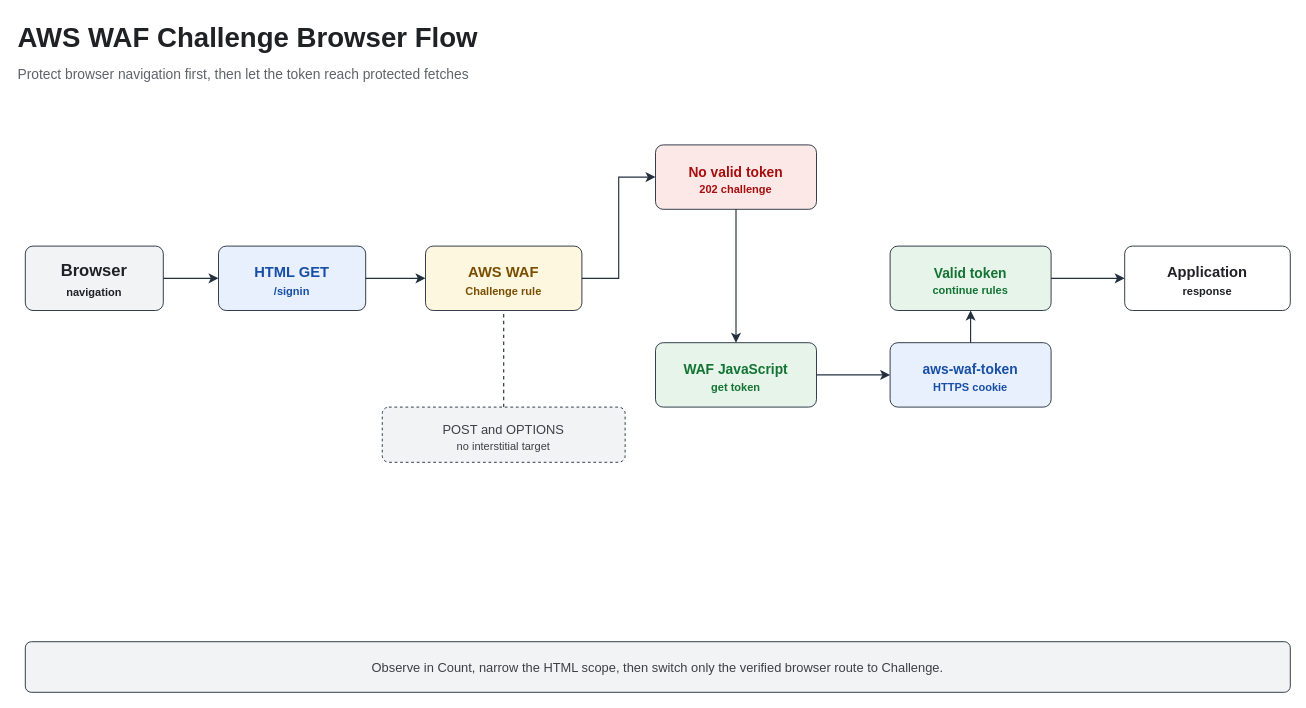
Before: assets/img/aws/aws-waf-challenge-token-flow.drawio in KKamJi98/kkamji98.github.io, a draw.io diagram. Source tidied: cells renumbered, new cells numbered last; positions are measured from the earlier drawing's top-left corner, leaving out a move shared by most shapes. Both pictures are drawn from the tidied source at 92%, with x=0, y=0 at pixel (16, 16).
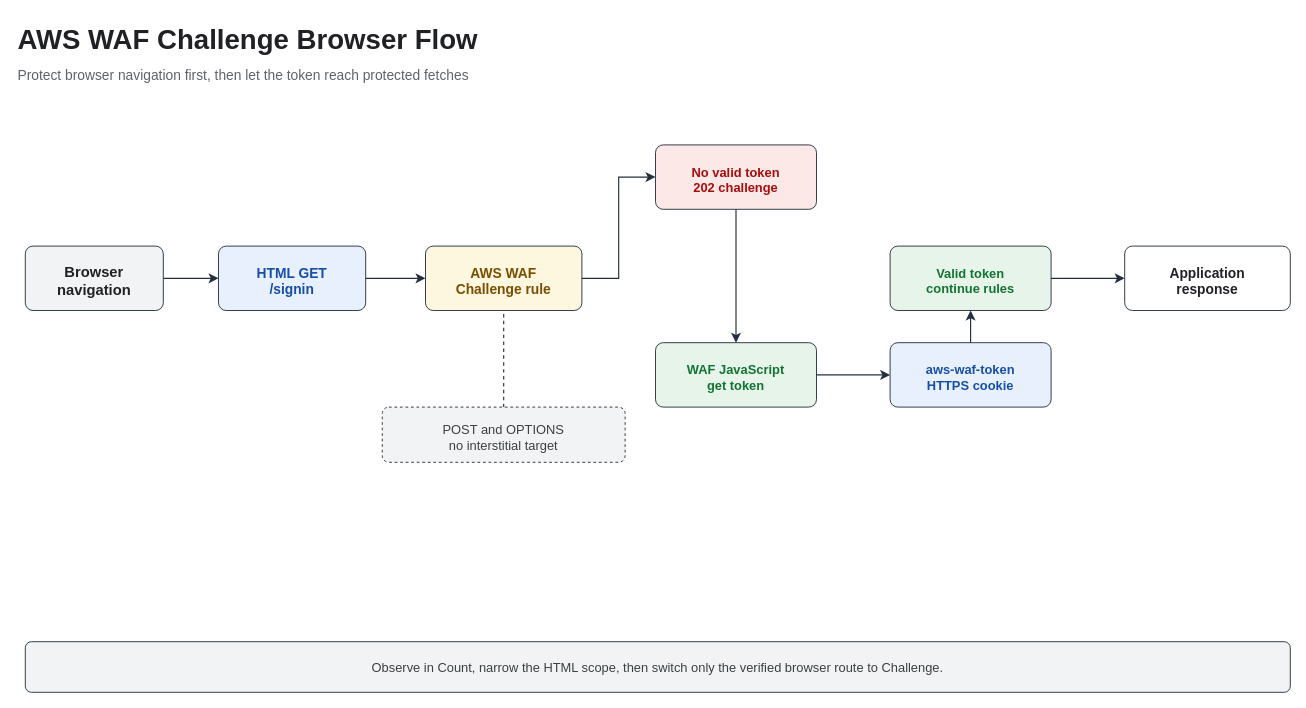
The same diagram, later.

Commit message (it also covers changes not shown here):
fix: render Draw.io labels without HTML leakage

What changed in the source:
```diff
@@
-    <mxCell id="2" value="&lt;font style=&quot;color: rgb(32, 33, 36);&quot;&gt;AWS WAF Challenge Browser Flow&lt;/font&gt;" style="text;html=1;align=left;verticalAlign=middle;fontSize=30;fontStyle=1;fontColor=#202124;" parent="1" vertex="1">
+    <mxCell id="2" value="AWS WAF Challenge Browser Flow" style="text;html=0;align=left;verticalAlign=middle;fontSize=30;fontStyle=1;fontColor=#202124;" parent="1" vertex="1">
       <mxGeometry width="790" height="45" as="geometry" />
     </mxCell>
-    <mxCell id="3" value="&lt;font style=&quot;color: rgb(95, 99, 104);&quot;&gt;Protect browser navigation first, then let the token reach protected fetches&lt;/font&gt;" style="text;html=1;align=left;verticalAlign=middle;fontSize=15;fontColor=#5f6368;" parent="1" vertex="1">
+    <mxCell id="3" value="Protect browser navigation first, then let the token reach protected fetches" style="text;html=0;align=left;verticalAlign=middle;fontSize=15;fontColor=#5f6368;" parent="1" vertex="1">
       <mxGeometry y="48" width="850" height="30" as="geometry" />
     </mxCell>
-    <mxCell id="4" value="&lt;font style=&quot;color: rgb(32, 33, 36);&quot;&gt;Browser&lt;br&gt;&lt;font style=&quot;font-size: 12px;&quot;&gt;navigation&lt;/font&gt;&lt;/font&gt;" style="rounded=1;whiteSpace=wrap;html=1;fillColor=#f1f3f4;strokeColor=#232F3E;fontColor=#202124;fontSize=18;fontStyle=1;arcSize=12;spacingTop=5;" parent="1" vertex="1">
+    <mxCell id="4" value="Browser&#10;navigation" style="rounded=1;whiteSpace=wrap;html=0;fillColor=#f1f3f4;strokeColor=#232F3E;fontColor=#202124;fontSize=16;fontStyle=1;arcSize=12;spacingTop=5;" parent="1" vertex="1">
       <mxGeometry x="10" y="250" width="150" height="70" as="geometry" />
     </mxCell>
-    <mxCell id="5" value="&lt;font style=&quot;color: rgb(23, 78, 166);&quot;&gt;HTML GET&lt;br&gt;&lt;font style=&quot;font-size: 12px;&quot;&gt;/signin&lt;/font&gt;&lt;/font&gt;" style="rounded=1;whiteSpace=wrap;html=1;fillColor=#e8f0fe;strokeColor=#232F3E;fontColor=#174ea6;fontSize=16;fontStyle=1;arcSize=12;spacingTop=5;" parent="1" vertex="1">
+    <mxCell id="5" value="HTML GET&#10;/signin" style="rounded=1;whiteSpace=wrap;html=0;fillColor=#e8f0fe;strokeColor=#232F3E;fontColor=#174ea6;fontSize=15;fontStyle=1;arcSize=12;spacingTop=5;" parent="1" vertex="1">
       <mxGeometry x="220" y="250" width="160" height="70" as="geometry" />
     </mxCell>
-    <mxCell id="6" value="&lt;font style=&quot;color: rgb(122, 78, 0);&quot;&gt;AWS WAF&lt;br&gt;&lt;font style=&quot;font-size: 12px;&quot;&gt;Challenge rule&lt;/font&gt;&lt;/font&gt;" style="rounded=1;whiteSpace=wrap;html=1;fillColor=#fef7e0;strokeColor=#232F3E;fontColor=#7a4e00;fontSize=16;fontStyle=1;arcSize=12;spacingTop=5;" parent="1" vertex="1">
+    <mxCell id="6" value="AWS WAF&#10;Challenge rule" style="rounded=1;whiteSpace=wrap;html=0;fillColor=#fef7e0;strokeColor=#232F3E;fontColor=#7a4e00;fontSize=15;fontStyle=1;arcSize=12;spacingTop=5;" parent="1" vertex="1">
       <mxGeometry x="445" y="250" width="170" height="70" as="geometry" />
     </mxCell>
-    <mxCell id="7" value="&lt;font style=&quot;color: rgb(165, 14, 14);&quot;&gt;No valid token&lt;br&gt;&lt;font style=&quot;font-size: 12px;&quot;&gt;202 challenge&lt;/font&gt;&lt;/font&gt;" style="rounded=1;whiteSpace=wrap;html=1;fillColor=#fce8e6;strokeColor=#232F3E;fontColor=#a50e0e;fontSize=15;fontStyle=1;arcSize=12;spacingTop=5;" parent="1" vertex="1">
+    <mxCell id="7" value="No valid token&#10;202 challenge" style="rounded=1;whiteSpace=wrap;html=0;fillColor=#fce8e6;strokeColor=#232F3E;fontColor=#a50e0e;fontSize=14;fontStyle=1;arcSize=12;spacingTop=5;" parent="1" vertex="1">
       <mxGeometry x="695" y="140" width="175" height="70" as="geometry" />
     </mxCell>
-    <mxCell id="8" value="&lt;font style=&quot;color: rgb(19, 115, 51);&quot;&gt;WAF JavaScript&lt;br&gt;&lt;font style=&quot;font-size: 12px;&quot;&gt;get token&lt;/font&gt;&lt;/font&gt;" style="rounded=1;whiteSpace=wrap;html=1;fillColor=#e6f4ea;strokeColor=#232F3E;fontColor=#137333;fontSize=15;fontStyle=1;arcSize=12;spacingTop=5;" parent="1" vertex="1">
+    <mxCell id="8" value="WAF JavaScript&#10;get token" style="rounded=1;whiteSpace=wrap;html=0;fillColor=#e6f4ea;strokeColor=#232F3E;fontColor=#137333;fontSize=14;fontStyle=1;arcSize=12;spacingTop=5;" parent="1" vertex="1">
       <mxGeometry x="695" y="355" width="175" height="70" as="geometry" />
     </mxCell>
-    <mxCell id="9" value="&lt;font style=&quot;color: rgb(23, 78, 166);&quot;&gt;aws-waf-token&lt;br&gt;&lt;font style=&quot;font-size: 12px;&quot;&gt;HTTPS cookie&lt;/font&gt;&lt;/font&gt;" style="rounded=1;whiteSpace=wrap;html=1;fillColor=#e8f0fe;strokeColor=#232F3E;fontColor=#174ea6;fontSize=15;fontStyle=1;arcSize=12;spacingTop=5;" parent="1" vertex="1">
+    <mxCell id="9" value="aws-waf-token&#10;HTTPS cookie" style="rounded=1;whiteSpace=wrap;html=0;fillColor=#e8f0fe;strokeColor=#232F3E;fontColor=#174ea6;fontSize=14;fontStyle=1;arcSize=12;spacingTop=5;" parent="1" vertex="1">
       <mxGeometry x="950" y="355" width="175" height="70" as="geometry" />
     </mxCell>
-    <mxCell id="10" value="&lt;font style=&quot;color: rgb(19, 115, 51);&quot;&gt;Valid token&lt;br&gt;&lt;font style=&quot;font-size: 12px;&quot;&gt;continue rules&lt;/font&gt;&lt;/font&gt;" style="rounded=1;whiteSpace=wrap;html=1;fillColor=#e6f4ea;strokeColor=#232F3E;fontColor=#137333;fontSize=15;fontStyle=1;arcSize=12;spacingTop=5;" parent="1" vertex="1">
+    <mxCell id="10" value="Valid token&#10;continue rules" style="rounded=1;whiteSpace=wrap;html=0;fillColor=#e6f4ea;strokeColor=#232F3E;fontColor=#137333;fontSize=14;fontStyle=1;arcSize=12;spacingTop=5;" parent="1" vertex="1">
       <mxGeometry x="950" y="250" width="175" height="70" as="geometry" />
     </mxCell>
-    <mxCell id="11" value="&lt;font style=&quot;color: rgb(32, 33, 36);&quot;&gt;Application&lt;br&gt;&lt;font style=&quot;font-size: 12px;&quot;&gt;response&lt;/font&gt;&lt;/font&gt;" style="rounded=1;whiteSpace=wrap;html=1;fillColor=#ffffff;strokeColor=#232F3E;fontColor=#202124;fontSize=16;fontStyle=1;arcSize=12;spacingTop=5;" parent="1" vertex="1">
+    <mxCell id="11" value="Application&#10;response" style="rounded=1;whiteSpace=wrap;html=0;fillColor=#ffffff;strokeColor=#232F3E;fontColor=#202124;fontSize=15;fontStyle=1;arcSize=12;spacingTop=5;" parent="1" vertex="1">
       <mxGeometry x="1205" y="250" width="180" height="70" as="geometry" />
     </mxCell>
-    <mxCell id="12" value="&lt;font style=&quot;color: rgb(60, 64, 67);&quot;&gt;POST and OPTIONS&lt;br&gt;&lt;font style=&quot;font-size: 12px;&quot;&gt;no interstitial target&lt;/font&gt;&lt;/font&gt;" style="rounded=1;whiteSpace=wrap;html=1;fillColor=#f1f3f4;strokeColor=#232F3E;fontColor=#3c4043;fontSize=14;dashed=1;arcSize=12;spacingTop=5;" parent="1" vertex="1">
+    <mxCell id="12" value="POST and OPTIONS&#10;no interstitial target" style="rounded=1;whiteSpace=wrap;html=0;fillColor=#f1f3f4;strokeColor=#232F3E;fontColor=#3c4043;fontSize=14;dashed=1;arcSize=12;spacingTop=5;" parent="1" vertex="1">
       <mxGeometry x="398" y="425" width="264" height="60" as="geometry" />
     </mxCell>
-    <mxCell id="13" value="&lt;font style=&quot;color: rgb(60, 64, 67);&quot;&gt;Observe in Count, narrow the HTML scope, then switch only the verified browser route to Challenge.&lt;/font&gt;" style="rounded=1;whiteSpace=wrap;html=1;fillColor=#f1f3f4;strokeColor=#232F3E;fontColor=#3c4043;fontSize=14;arcSize=12;" parent="1" vertex="1">
+    <mxCell id="13" value="Observe in Count, narrow the HTML scope, then switch only the verified browser route to Challenge." style="rounded=1;whiteSpace=wrap;html=0;fillColor=#f1f3f4;strokeColor=#232F3E;fontColor=#3c4043;fontSize=14;arcSize=12;" parent="1" vertex="1">
       <mxGeometry x="10" y="680" width="1375" height="55" as="geometry" />
     </mxCell>
```
